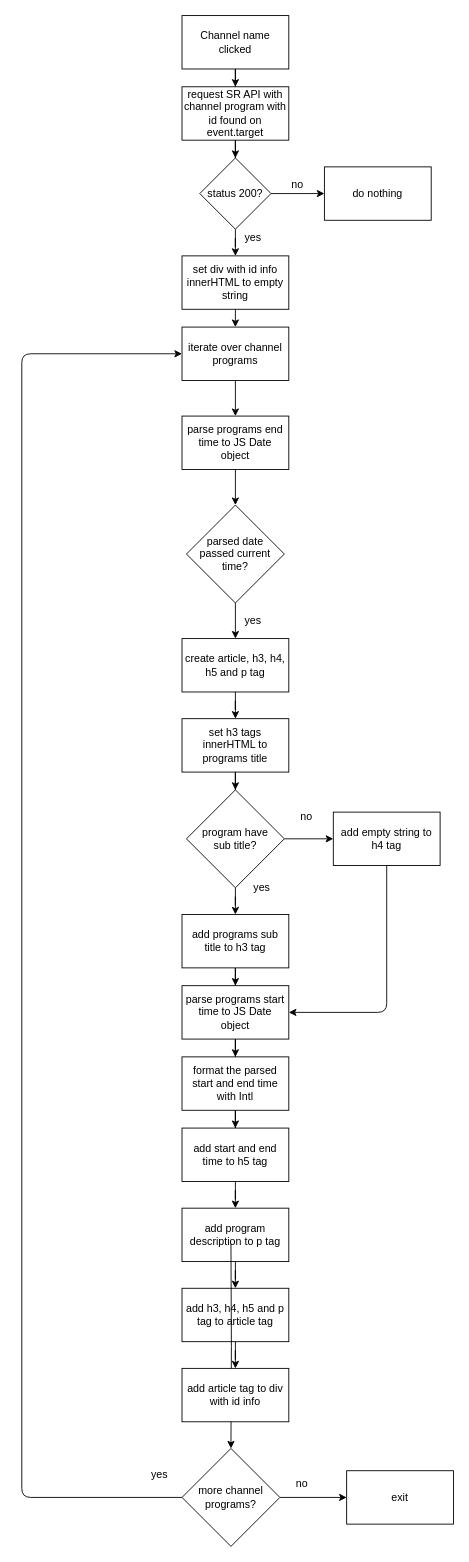
Above: webbutveckling/IntroProgrammeringJavaScript/Moments/Projekt/Excluded/requestChannelProgram.drawio in EliasEriksson/miun (draw.io), before the change. Source tidied: cells renumbered, new cells numbered last; positions are measured from the earlier drawing's top-left corner, leaving out a move shared by most shapes. Both pictures are drawn from the tidied source at 89%, with x=0, y=0 at pixel (21, 15).
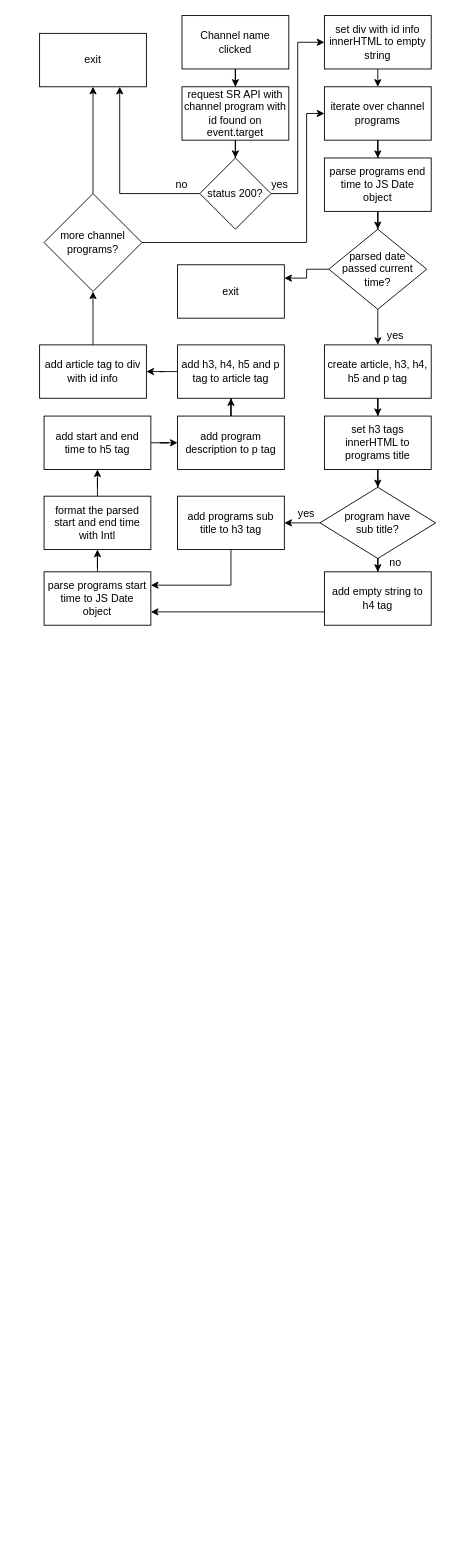
The same page after the edit.

Unchanged cells that the change refers to:
```xml
<mxCell id="8" value="status 200?" style="rhombus;whiteSpace=wrap;html=1;rounded=0;" parent="1" vertex="1">
  <mxGeometry x="200" y="160" width="80" height="80" as="geometry" />
</mxCell>
```

Change to the diagram source:
```diff
@@
-    <mxCell id="6" style="edgeStyle=orthogonalEdgeStyle;rounded=0;jettySize=auto;html=1;" parent="1" edge="1" source="8" target="9">
+    <mxCell id="6" style="edgeStyle=orthogonalEdgeStyle;rounded=0;jettySize=auto;html=1;entryX=0.75;entryY=1;entryDx=0;entryDy=0;" parent="1" edge="1" source="8" target="9">
       <mxGeometry relative="1" as="geometry" />
     </mxCell>
     <mxCell id="7" style="edgeStyle=orthogonalEdgeStyle;rounded=0;jettySize=auto;html=1;" parent="1" edge="1" source="8" target="44">
-      <mxGeometry relative="1" as="geometry" />
+      <mxGeometry relative="1" as="geometry">
+        <Array as="points">
+          <mxPoint x="310" y="200" />
+          <mxPoint x="310" y="30" />
+        </Array>
+      </mxGeometry>
     </mxCell>
@@
-    <mxCell id="9" value="do nothing" style="whiteSpace=wrap;html=1;rounded=0;" parent="1" vertex="1">
-      <mxGeometry x="340" y="170" width="120" height="60" as="geometry" />
+    <mxCell id="9" value="exit" style="whiteSpace=wrap;html=1;rounded=0;" parent="1" vertex="1">
+      <mxGeometry x="20" y="20" width="120" height="60" as="geometry" />
     </mxCell>
     <mxCell id="10" value="no" style="text;html=1;strokeColor=none;fillColor=none;align=center;verticalAlign=middle;whiteSpace=wrap;rounded=0;" parent="1" vertex="1">
-      <mxGeometry x="290" y="180" width="40" height="20" as="geometry" />
+      <mxGeometry x="160" y="180" width="40" height="20" as="geometry" />
     </mxCell>
@@
     <mxCell id="12" value="iterate over channel programs" style="whiteSpace=wrap;html=1;rounded=0;" parent="1" vertex="1">
-      <mxGeometry x="180" y="350" width="120" height="60" as="geometry" />
+      <mxGeometry x="340" y="80" width="120" height="60" as="geometry" />
     </mxCell>
     <mxCell id="13" value="yes" style="text;html=1;strokeColor=none;fillColor=none;align=center;verticalAlign=middle;whiteSpace=wrap;rounded=0;" parent="1" vertex="1">
-      <mxGeometry x="240" y="240" width="40" height="20" as="geometry" />
+      <mxGeometry x="270" y="180" width="40" height="20" as="geometry" />
     </mxCell>
@@
     <mxCell id="15" value="parse programs end time to JS Date &lt;br&gt;object" style="whiteSpace=wrap;html=1;rounded=0;" parent="1" vertex="1">
-      <mxGeometry x="180" y="450" width="120" height="60" as="geometry" />
+      <mxGeometry x="340" y="160" width="120" height="60" as="geometry" />
     </mxCell>
@@
+    <mxCell id="52" style="edgeStyle=orthogonalEdgeStyle;rounded=0;jettySize=auto;html=1;entryX=1;entryY=0.25;entryDx=0;entryDy=0;" parent="1" edge="1" source="17" target="50">
+      <mxGeometry relative="1" as="geometry" />
+    </mxCell>
     <mxCell id="17" value="parsed date &lt;br&gt;passed current &lt;br&gt;time?" style="rhombus;whiteSpace=wrap;html=1;rounded=0;" parent="1" vertex="1">
-      <mxGeometry x="185" y="550" width="110" height="110" as="geometry" />
+      <mxGeometry x="345" y="240" width="110" height="90" as="geometry" />
     </mxCell>
@@
     <mxCell id="19" value="create article, h3, h4, h5 and p tag" style="whiteSpace=wrap;html=1;rounded=0;" parent="1" vertex="1">
-      <mxGeometry x="180" y="700" width="120" height="60" as="geometry" />
+      <mxGeometry x="340" y="370" width="120" height="60" as="geometry" />
     </mxCell>
     <mxCell id="20" value="yes" style="text;html=1;strokeColor=none;fillColor=none;align=center;verticalAlign=middle;whiteSpace=wrap;rounded=0;" parent="1" vertex="1">
-      <mxGeometry x="240" y="670" width="40" height="20" as="geometry" />
+      <mxGeometry x="400" y="350" width="40" height="20" as="geometry" />
     </mxCell>
@@
     <mxCell id="22" value="set h3 tags innerHTML to programs title" style="whiteSpace=wrap;html=1;rounded=0;" parent="1" vertex="1">
-      <mxGeometry x="180" y="790" width="120" height="60" as="geometry" />
+      <mxGeometry x="340" y="450" width="120" height="60" as="geometry" />
     </mxCell>
@@
-    <mxCell id="24" style="edgeStyle=orthogonalEdgeStyle;rounded=0;jettySize=auto;html=1;" parent="1" edge="1" source="25" target="29">
+    <mxCell id="24" style="edgeStyle=orthogonalEdgeStyle;rounded=0;jettySize=auto;html=1;entryX=1;entryY=0.5;entryDx=0;entryDy=0;" parent="1" edge="1" source="25" target="29">
       <mxGeometry relative="1" as="geometry" />
     </mxCell>
     <mxCell id="25" value="program have&lt;br&gt;sub title?" style="rhombus;whiteSpace=wrap;html=1;rounded=0;" parent="1" vertex="1">
-      <mxGeometry x="185" y="870" width="110" height="110" as="geometry" />
+      <mxGeometry x="335" y="530" width="130" height="80" as="geometry" />
     </mxCell>
+    <mxCell id="33" style="edgeStyle=orthogonalEdgeStyle;rounded=0;jettySize=auto;html=1;entryX=1;entryY=0.75;entryDx=0;entryDy=0;exitX=0;exitY=0.75;exitDx=0;exitDy=0;" parent="1" edge="1" source="26" target="32">
+      <mxGeometry relative="1" as="geometry" />
+    </mxCell>
     <mxCell id="26" value="add empty string to h4 tag" style="whiteSpace=wrap;html=1;rounded=0;" parent="1" vertex="1">
-      <mxGeometry x="350" y="895" width="120" height="60" as="geometry" />
+      <mxGeometry x="340" y="625" width="120" height="60" as="geometry" />
     </mxCell>
     <mxCell id="27" value="no" style="text;html=1;strokeColor=none;fillColor=none;align=center;verticalAlign=middle;whiteSpace=wrap;rounded=0;" parent="1" vertex="1">
-      <mxGeometry x="300" y="890" width="40" height="20" as="geometry" />
+      <mxGeometry x="400" y="605" width="40" height="20" as="geometry" />
     </mxCell>
-    <mxCell id="28" style="edgeStyle=orthogonalEdgeStyle;rounded=0;jettySize=auto;html=1;" parent="1" edge="1" source="29" target="32">
-      <mxGeometry relative="1" as="geometry" />
+    <mxCell id="28" style="edgeStyle=orthogonalEdgeStyle;rounded=0;jettySize=auto;html=1;exitX=0.5;exitY=1;exitDx=0;exitDy=0;entryX=1;entryY=0.25;entryDx=0;entryDy=0;" parent="1" edge="1" source="29" target="32">
+      <mxGeometry relative="1" as="geometry">
+        <Array as="points">
+          <mxPoint x="235" y="640" />
+        </Array>
+      </mxGeometry>
     </mxCell>
     <mxCell id="29" value="add programs sub title to h3 tag" style="whiteSpace=wrap;html=1;rounded=0;" parent="1" vertex="1">
-      <mxGeometry x="180" y="1010" width="120" height="60" as="geometry" />
+      <mxGeometry x="175" y="540" width="120" height="60" as="geometry" />
     </mxCell>
     <mxCell id="30" value="yes" style="text;html=1;strokeColor=none;fillColor=none;align=center;verticalAlign=middle;whiteSpace=wrap;rounded=0;" parent="1" vertex="1">
-      <mxGeometry x="250" y="970" width="40" height="20" as="geometry" />
+      <mxGeometry x="300" y="550" width="40" height="20" as="geometry" />
     </mxCell>
-    <mxCell id="31" style="edgeStyle=orthogonalEdgeStyle;rounded=0;jettySize=auto;html=1;" parent="1" edge="1" source="32" target="35">
+    <mxCell id="31" style="edgeStyle=orthogonalEdgeStyle;rounded=0;jettySize=auto;html=1;entryX=0.5;entryY=1;entryDx=0;entryDy=0;" parent="1" edge="1" source="32" target="35">
       <mxGeometry relative="1" as="geometry" />
     </mxCell>
     <mxCell id="32" value="parse programs start time to JS Date&lt;br&gt;object" style="whiteSpace=wrap;html=1;rounded=0;" parent="1" vertex="1">
-      <mxGeometry x="180" y="1090" width="120" height="60" as="geometry" />
+      <mxGeometry x="25" y="625" width="120" height="60" as="geometry" />
     </mxCell>
-    <mxCell id="33" style="edgeStyle=elbowEdgeStyle;elbow=horizontal;endArrow=classic;html=1;exitX=0.5;exitY=1;exitDx=0;exitDy=0;entryX=1;entryY=0.5;entryDx=0;entryDy=0;" parent="1" edge="1" source="26" target="32">
-      <mxGeometry relative="1" as="geometry">
-        <Array as="points">
-          <mxPoint x="410" y="1020" />
-        </Array>
-      </mxGeometry>
-    </mxCell>
@@
     <mxCell id="35" value="format the parsed start and end time with Intl" style="whiteSpace=wrap;html=1;rounded=0;" parent="1" vertex="1">
-      <mxGeometry x="180" y="1170" width="120" height="60" as="geometry" />
+      <mxGeometry x="25" y="540" width="120" height="60" as="geometry" />
     </mxCell>
@@
     <mxCell id="37" value="add start and end time to h5 tag" style="whiteSpace=wrap;html=1;rounded=0;" parent="1" vertex="1">
-      <mxGeometry x="180" y="1250" width="120" height="60" as="geometry" />
+      <mxGeometry x="25" y="450" width="120" height="60" as="geometry" />
     </mxCell>
@@
     <mxCell id="39" value="add program description to p tag" style="whiteSpace=wrap;html=1;rounded=0;" parent="1" vertex="1">
-      <mxGeometry x="180" y="1340" width="120" height="60" as="geometry" />
+      <mxGeometry x="175" y="450" width="120" height="60" as="geometry" />
     </mxCell>
@@
     <mxCell id="41" value="add h3, h4, h5 and p tag to article tag" style="whiteSpace=wrap;html=1;rounded=0;" parent="1" vertex="1">
-      <mxGeometry x="180" y="1430" width="120" height="60" as="geometry" />
+      <mxGeometry x="175" y="370" width="120" height="60" as="geometry" />
     </mxCell>
-    <mxCell id="42" style="edgeStyle=orthogonalEdgeStyle;rounded=0;jettySize=auto;html=1;" parent="1" edge="1" target="47">
-      <mxGeometry relative="1" as="geometry">
-        <mxPoint x="235" y="1380" as="sourcePoint" />
-      </mxGeometry>
-    </mxCell>
+    <mxCell id="53" style="edgeStyle=orthogonalEdgeStyle;rounded=0;jettySize=auto;html=1;entryX=0.5;entryY=1;entryDx=0;entryDy=0;" parent="1" edge="1" source="43" target="47">
+      <mxGeometry relative="1" as="geometry" />
+    </mxCell>
     <mxCell id="43" value="add article tag to div with id info" style="whiteSpace=wrap;html=1;rounded=0;" parent="1" vertex="1">
-      <mxGeometry x="180" y="1520" width="120" height="60" as="geometry" />
+      <mxGeometry x="20" y="370" width="120" height="60" as="geometry" />
     </mxCell>
     <mxCell id="44" value="set div with id info innerHTML to empty string" style="whiteSpace=wrap;html=1;rounded=0;" parent="1" vertex="1">
-      <mxGeometry x="180" y="270" width="120" height="60" as="geometry" />
+      <mxGeometry x="340" width="120" height="60" as="geometry" />
     </mxCell>
@@
-    <mxCell id="46" style="edgeStyle=orthogonalEdgeStyle;rounded=0;jettySize=auto;html=1;" parent="1" edge="1" source="47" target="50">
-      <mxGeometry relative="1" as="geometry" />
-    </mxCell>
+    <mxCell id="54" style="edgeStyle=orthogonalEdgeStyle;rounded=0;jettySize=auto;html=1;exitX=0.5;exitY=0;exitDx=0;exitDy=0;entryX=0.5;entryY=1;entryDx=0;entryDy=0;" parent="1" edge="1" source="47" target="9">
+      <mxGeometry relative="1" as="geometry" />
+    </mxCell>
+    <mxCell id="48" style="edgeStyle=orthogonalEdgeStyle;rounded=0;jettySize=auto;html=1;entryX=0;entryY=0.5;entryDx=0;entryDy=0;" parent="1" edge="1" source="47" target="12">
+      <mxGeometry relative="1" as="geometry">
+        <Array as="points">
+          <mxPoint x="320" y="255" />
+          <mxPoint x="320" y="110" />
+        </Array>
+      </mxGeometry>
+    </mxCell>
     <mxCell id="47" value="more channel programs?" style="rhombus;whiteSpace=wrap;html=1;rounded=0;" parent="1" vertex="1">
-      <mxGeometry x="180" y="1610" width="110" height="110" as="geometry" />
+      <mxGeometry x="25" y="200" width="110" height="110" as="geometry" />
     </mxCell>
-    <mxCell id="48" style="edgeStyle=elbowEdgeStyle;elbow=horizontal;endArrow=classic;html=1;exitX=0;exitY=0.5;exitDx=0;exitDy=0;entryX=0;entryY=0.5;entryDx=0;entryDy=0;" parent="1" edge="1" source="47" target="12">
-      <mxGeometry relative="1" as="geometry">
-        <Array as="points">
-          <mxPoint y="1740" />
-        </Array>
-      </mxGeometry>
-    </mxCell>
-    <mxCell id="49" value="yes" style="text;html=1;strokeColor=none;fillColor=none;align=center;verticalAlign=middle;whiteSpace=wrap;rounded=0;" parent="1" vertex="1">
-      <mxGeometry x="135" y="1630" width="40" height="20" as="geometry" />
-    </mxCell>
     <mxCell id="50" value="exit" style="whiteSpace=wrap;html=1;rounded=0;" parent="1" vertex="1">
-      <mxGeometry x="365" y="1635" width="120" height="60" as="geometry" />
+      <mxGeometry x="175" y="280" width="120" height="60" as="geometry" />
     </mxCell>
-    <mxCell id="51" value="no" style="text;html=1;strokeColor=none;fillColor=none;align=center;verticalAlign=middle;whiteSpace=wrap;rounded=0;" parent="1" vertex="1">
-      <mxGeometry x="295" y="1640" width="40" height="20" as="geometry" />
-    </mxCell>
```
